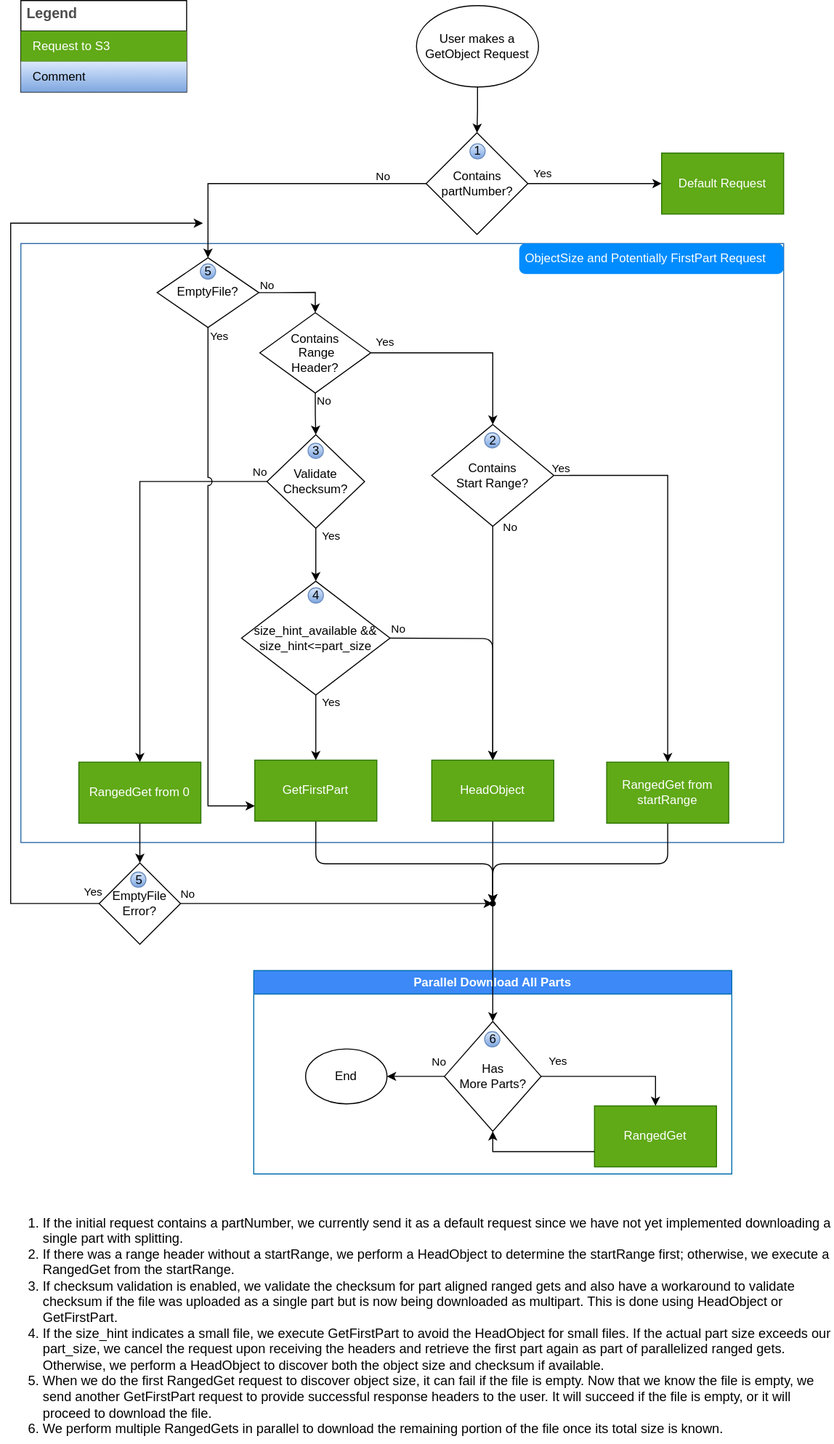
This is docs/images/GetObjectFlow.svg from awslabs/aws-c-s3, a draw.io export, as it was before one commit. Source tidied: cells renumbered, new cells last; positions are measured from the earlier drawing's top-left corner, leaving out a move shared by most shapes.
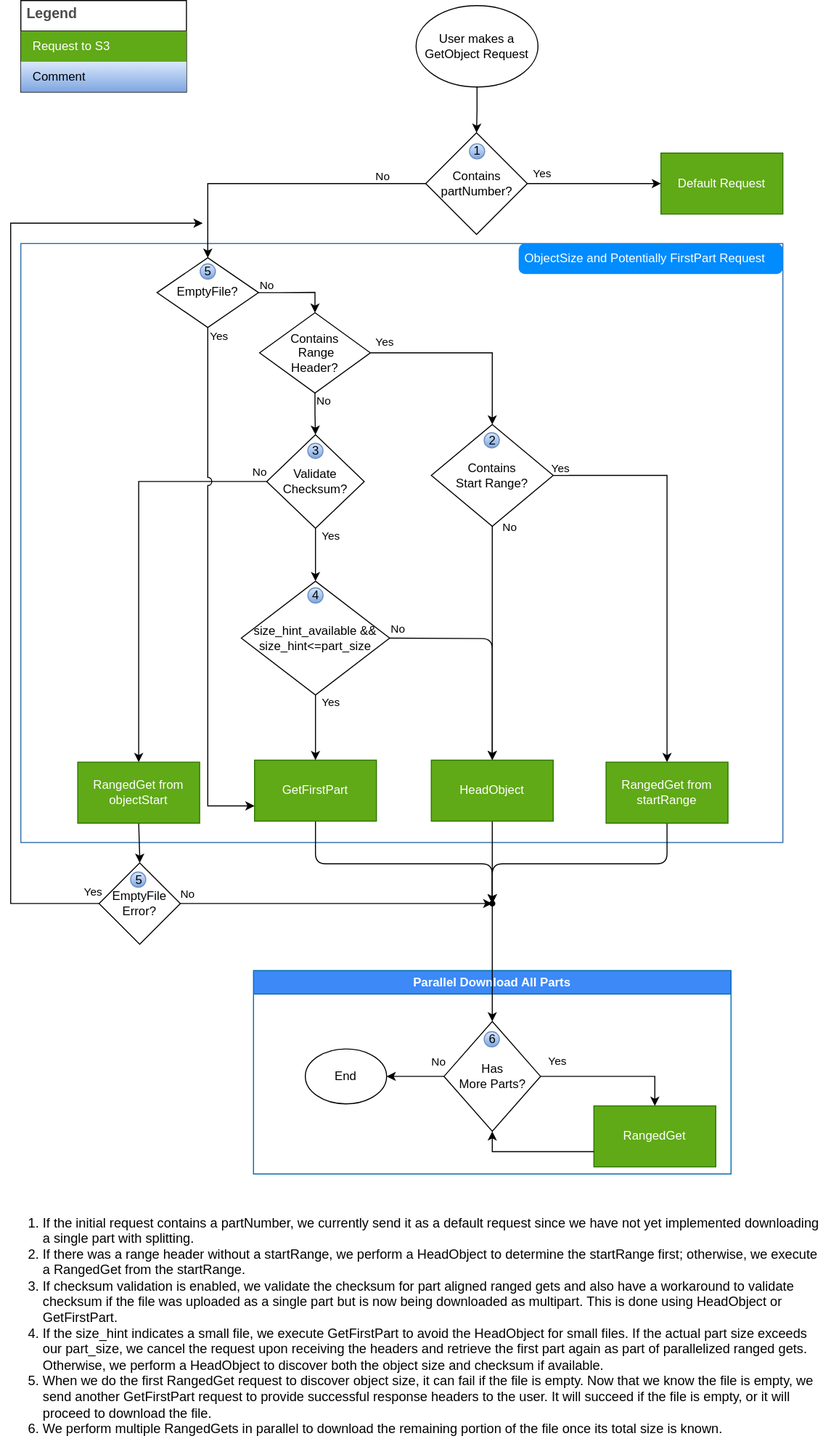
The same diagram one commit later.

Diff of the diagram source:
```diff
@@ -140,7 +140,7 @@
       <mxGeometry x="51" y="77" width="80" height="54" as="geometry" />
     </mxCell>
     <mxCell id="38" value="&lt;ol style=&quot;font-size: 13px;&quot;&gt;&lt;li style=&quot;&quot;&gt;&lt;font style=&quot;font-size: 13px;&quot;&gt;If the initial request contains a partNumber, we currently send it as a default request since we have not yet implemented downloading a single part with splitting.&lt;/font&gt;&lt;/li&gt;&lt;li style=&quot;&quot;&gt;&lt;font style=&quot;font-size: 13px;&quot;&gt;If there was a range header without a startRange, we perform a&amp;nbsp;HeadObject&amp;nbsp;to determine the startRange first; otherwise, we execute a RangedGet from the startRange.&lt;/font&gt;&lt;/li&gt;&lt;li style=&quot;&quot;&gt;&lt;font style=&quot;font-size: 13px;&quot;&gt;If checksum validation is enabled, we validate the checksum for part aligned ranged gets and also have a workaround to validate checksum if the file was uploaded as a single part but is now being downloaded as multipart. This is done using&amp;nbsp;HeadObject&amp;nbsp;or GetFirstPart.&lt;br&gt;&lt;/font&gt;&lt;/li&gt;&lt;li style=&quot;&quot;&gt;&lt;font style=&quot;font-size: 13px;&quot;&gt;If the size_hint indicates a small file, we execute GetFirstPart to avoid the&amp;nbsp;HeadObject&amp;nbsp;for small files. If the actual part size exceeds our part_size, we cancel the request upon receiving the headers and retrieve the first part again as part of parallelized ranged gets. Otherwise, we perform a&amp;nbsp;HeadObject&amp;nbsp;to discover both the object size and checksum if available.&lt;/font&gt;&lt;/li&gt;&lt;li style=&quot;&quot;&gt;&lt;font style=&quot;font-size: 13px;&quot;&gt;When we do the first RangedGet request to discover object size, it can fail if the file is empty. Now that we know the file is empty, we send another GetFirstPart request to provide successful response headers to the user. It will succeed if the file is empty, or it will proceed to download the file.&lt;br&gt;&lt;/font&gt;&lt;/li&gt;&lt;li style=&quot;&quot;&gt;&lt;font style=&quot;font-size: 13px;&quot;&gt;We perform multiple RangedGets in parallel to download the remaining portion of the file once its total size is known.&lt;br&gt;&lt;/font&gt;&lt;/li&gt;&lt;/ol&gt;" style="text;strokeColor=none;fillColor=none;html=1;whiteSpace=wrap;verticalAlign=middle;overflow=hidden;align=left;labelPosition=center;verticalLabelPosition=middle;" parent="1" vertex="1">
-      <mxGeometry y="1179" width="820" height="240" as="geometry" />
+      <mxGeometry y="1179" width="810" height="240" as="geometry" />
     </mxCell>
     <mxCell id="39" style="group;rotation=90;" parent="1" vertex="1">
       <mxGeometry x="418.5" y="130" width="100" height="100" as="geometry" />
@@ -224,8 +224,8 @@
         <mxPoint x="10" y="-8" as="offset" />
       </mxGeometry>
     </mxCell>
-    <mxCell id="61" value="RangedGet from 0" style="rounded=0;whiteSpace=wrap;html=1;fillColor=#60a917;fontColor=#ffffff;strokeColor=#2D7600;enumerate=0;enumerateValue=2;" parent="1" vertex="1">
-      <mxGeometry x="77" y="749" width="120" height="60" as="geometry" />
+    <mxCell id="61" value="RangedGet from objectStart" style="rounded=0;whiteSpace=wrap;html=1;fillColor=#60a917;fontColor=#ffffff;strokeColor=#2D7600;enumerate=0;enumerateValue=2;" parent="1" vertex="1">
+      <mxGeometry x="76" y="749" width="120" height="60" as="geometry" />
     </mxCell>
     <mxCell id="62" value="Contains&lt;br&gt;&amp;nbsp;Range&lt;br&gt;Header?" style="rhombus;whiteSpace=wrap;html=1;" parent="1" vertex="1">
       <mxGeometry x="255" y="307" width="109" height="79" as="geometry" />
```
